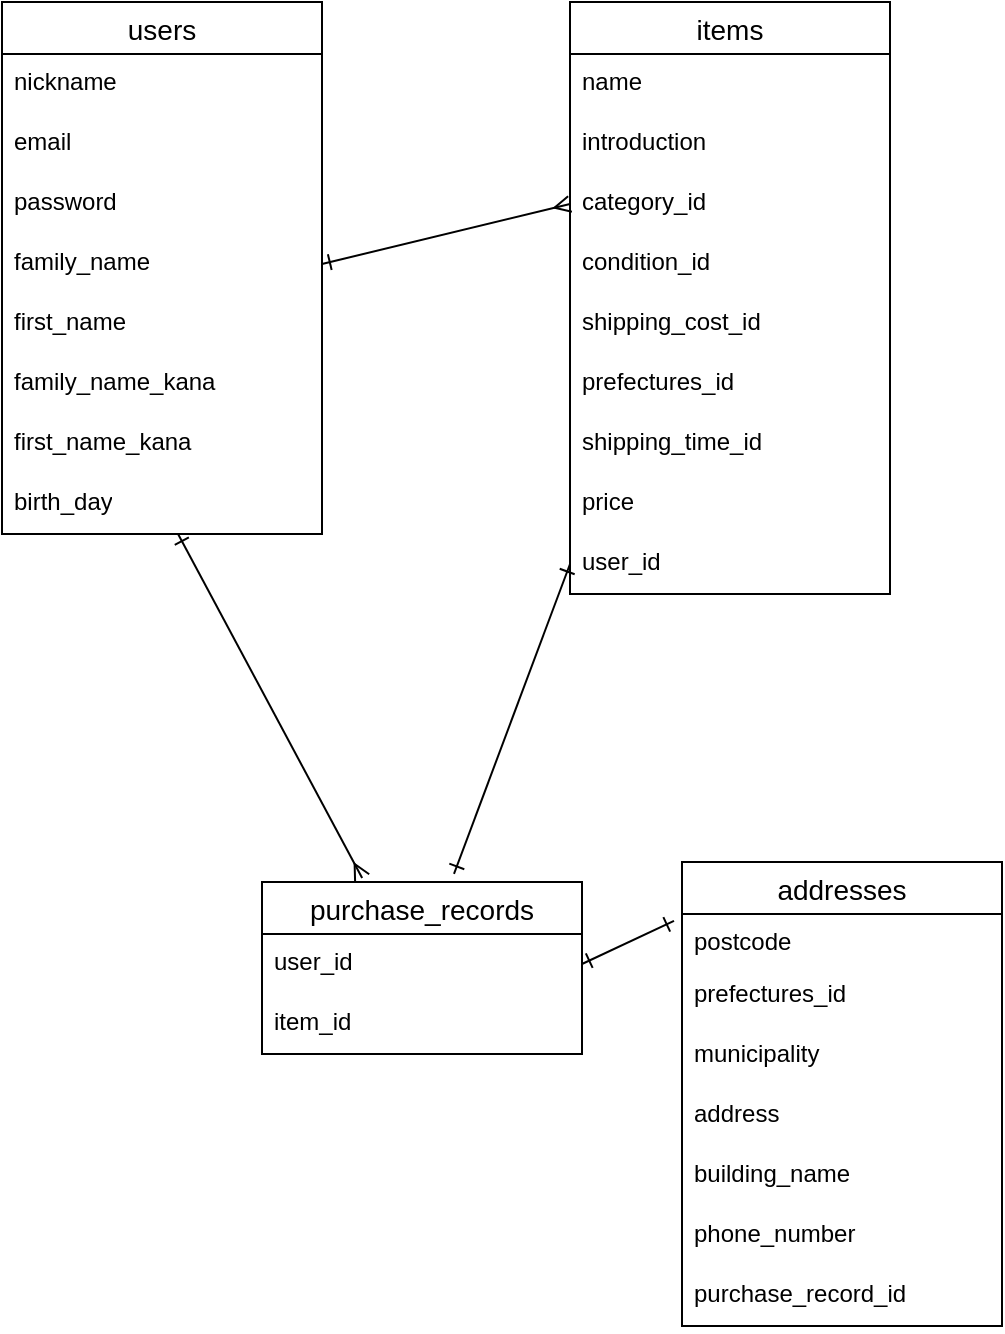
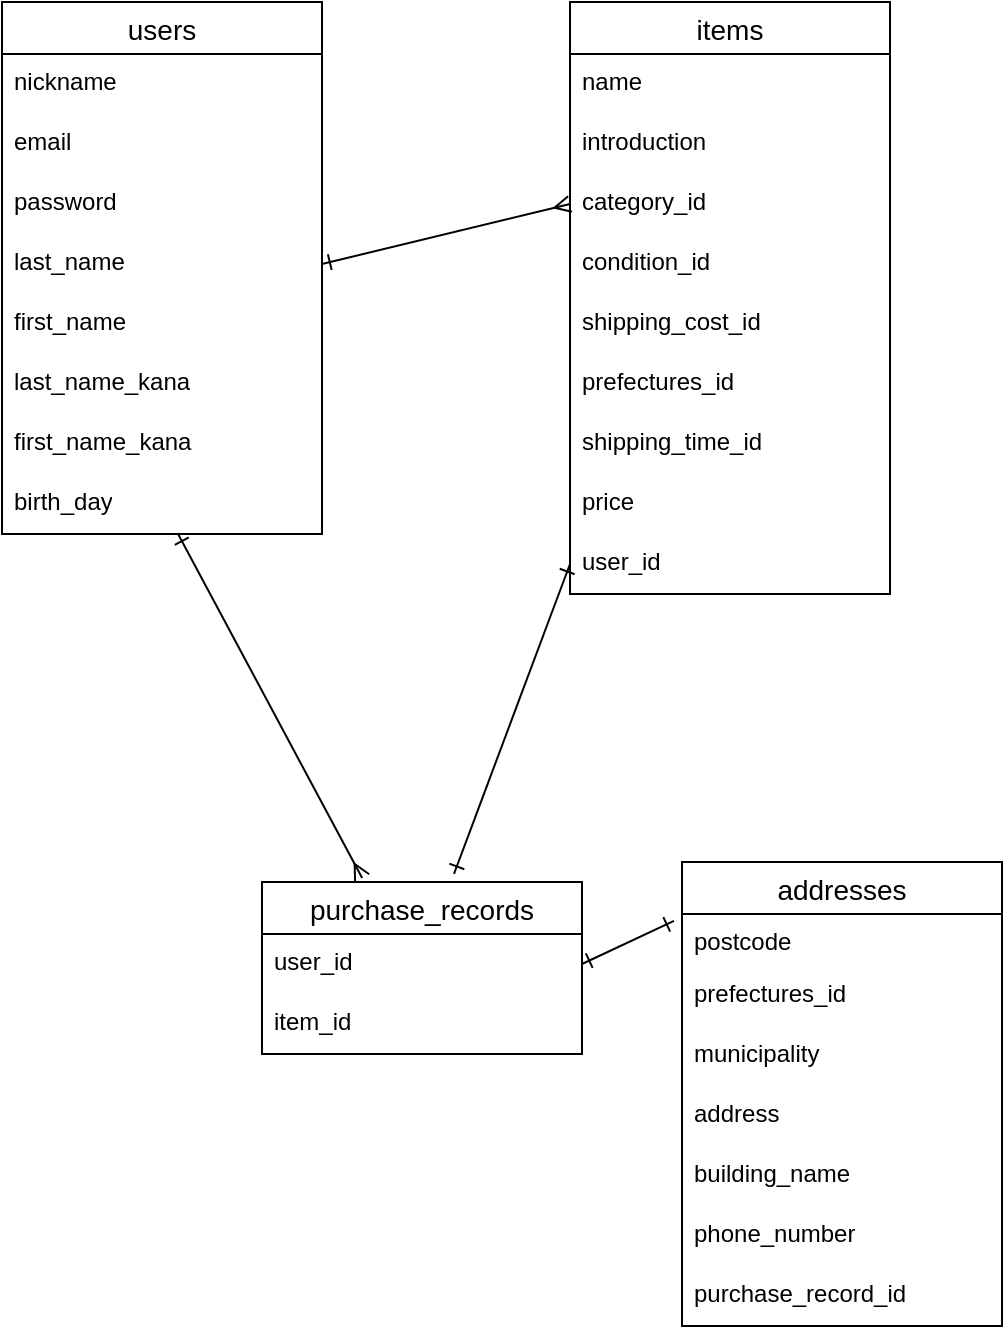
<mxfile host="65bd71144e">
    <diagram id="sRSdjxHEQxwauVT1pr1j" name="ページ1">
-         <mxGraphModel dx="977" dy="779" grid="1" gridSize="10" guides="1" tooltips="1" connect="1" arrows="1" fold="1" page="1" pageScale="1" pageWidth="827" pageHeight="1169" math="0" shadow="0">
+         <mxGraphModel dx="1044" dy="779" grid="1" gridSize="10" guides="1" tooltips="1" connect="1" arrows="1" fold="1" page="1" pageScale="1" pageWidth="827" pageHeight="1169" math="0" shadow="0">
            <root>
                <mxCell id="0"/>
                <mxCell id="1" parent="0"/>
                <mxCell id="2" value="users" style="swimlane;fontStyle=0;childLayout=stackLayout;horizontal=1;startSize=26;horizontalStack=0;resizeParent=1;resizeParentMax=0;resizeLast=0;collapsible=1;marginBottom=0;align=center;fontSize=14;" parent="1" vertex="1">
                    <mxGeometry x="50" y="20" width="160" height="266" as="geometry"/>
                </mxCell>
                <mxCell id="3" value="nickname" style="text;strokeColor=none;fillColor=none;spacingLeft=4;spacingRight=4;overflow=hidden;rotatable=0;points=[[0,0.5],[1,0.5]];portConstraint=eastwest;fontSize=12;whiteSpace=wrap;html=1;" parent="2" vertex="1">
                    <mxGeometry y="26" width="160" height="30" as="geometry"/>
                </mxCell>
                <mxCell id="4" value="email" style="text;strokeColor=none;fillColor=none;spacingLeft=4;spacingRight=4;overflow=hidden;rotatable=0;points=[[0,0.5],[1,0.5]];portConstraint=eastwest;fontSize=12;whiteSpace=wrap;html=1;" parent="2" vertex="1">
                    <mxGeometry y="56" width="160" height="30" as="geometry"/>
                </mxCell>
                <mxCell id="5" value="password" style="text;strokeColor=none;fillColor=none;spacingLeft=4;spacingRight=4;overflow=hidden;rotatable=0;points=[[0,0.5],[1,0.5]];portConstraint=eastwest;fontSize=12;whiteSpace=wrap;html=1;" parent="2" vertex="1">
                    <mxGeometry y="86" width="160" height="30" as="geometry"/>
                </mxCell>
-                 <mxCell id="48" value="family_name" style="text;strokeColor=none;fillColor=none;spacingLeft=4;spacingRight=4;overflow=hidden;rotatable=0;points=[[0,0.5],[1,0.5]];portConstraint=eastwest;fontSize=12;whiteSpace=wrap;html=1;" parent="2" vertex="1">
+                 <mxCell id="48" value="last_name" style="text;strokeColor=none;fillColor=none;spacingLeft=4;spacingRight=4;overflow=hidden;rotatable=0;points=[[0,0.5],[1,0.5]];portConstraint=eastwest;fontSize=12;whiteSpace=wrap;html=1;" parent="2" vertex="1">
                    <mxGeometry y="116" width="160" height="30" as="geometry"/>
                </mxCell>
                <mxCell id="35" value="first_name" style="text;strokeColor=none;fillColor=none;spacingLeft=4;spacingRight=4;overflow=hidden;rotatable=0;points=[[0,0.5],[1,0.5]];portConstraint=eastwest;fontSize=12;whiteSpace=wrap;html=1;" parent="2" vertex="1">
                    <mxGeometry y="146" width="160" height="30" as="geometry"/>
                </mxCell>
-                 <mxCell id="31" value="family_name_kana" style="text;strokeColor=none;fillColor=none;spacingLeft=4;spacingRight=4;overflow=hidden;rotatable=0;points=[[0,0.5],[1,0.5]];portConstraint=eastwest;fontSize=12;whiteSpace=wrap;html=1;" parent="2" vertex="1">
+                 <mxCell id="31" value="last_name_kana" style="text;strokeColor=none;fillColor=none;spacingLeft=4;spacingRight=4;overflow=hidden;rotatable=0;points=[[0,0.5],[1,0.5]];portConstraint=eastwest;fontSize=12;whiteSpace=wrap;html=1;" parent="2" vertex="1">
                    <mxGeometry y="176" width="160" height="30" as="geometry"/>
                </mxCell>
                <mxCell id="49" value="first_name_kana" style="text;strokeColor=none;fillColor=none;spacingLeft=4;spacingRight=4;overflow=hidden;rotatable=0;points=[[0,0.5],[1,0.5]];portConstraint=eastwest;fontSize=12;whiteSpace=wrap;html=1;" parent="2" vertex="1">
                    <mxGeometry y="206" width="160" height="30" as="geometry"/>
                </mxCell>
                <mxCell id="36" value="birth_day" style="text;strokeColor=none;fillColor=none;spacingLeft=4;spacingRight=4;overflow=hidden;rotatable=0;points=[[0,0.5],[1,0.5]];portConstraint=eastwest;fontSize=12;whiteSpace=wrap;html=1;" parent="2" vertex="1">
                    <mxGeometry y="236" width="160" height="30" as="geometry"/>
                </mxCell>
                <mxCell id="18" value="addresses" style="swimlane;fontStyle=0;childLayout=stackLayout;horizontal=1;startSize=26;horizontalStack=0;resizeParent=1;resizeParentMax=0;resizeLast=0;collapsible=1;marginBottom=0;align=center;fontSize=14;" parent="1" vertex="1">
                    <mxGeometry x="390" y="450" width="160" height="232" as="geometry"/>
                </mxCell>
                <mxCell id="19" value="postcode" style="text;strokeColor=none;fillColor=none;spacingLeft=4;spacingRight=4;overflow=hidden;rotatable=0;points=[[0,0.5],[1,0.5]];portConstraint=eastwest;fontSize=12;whiteSpace=wrap;html=1;" parent="18" vertex="1">
                    <mxGeometry y="26" width="160" height="26" as="geometry"/>
                </mxCell>
                <mxCell id="43" value="prefectures_id" style="text;strokeColor=none;fillColor=none;spacingLeft=4;spacingRight=4;overflow=hidden;rotatable=0;points=[[0,0.5],[1,0.5]];portConstraint=eastwest;fontSize=12;whiteSpace=wrap;html=1;" parent="18" vertex="1">
                    <mxGeometry y="52" width="160" height="30" as="geometry"/>
                </mxCell>
                <mxCell id="44" value="municipality" style="text;strokeColor=none;fillColor=none;spacingLeft=4;spacingRight=4;overflow=hidden;rotatable=0;points=[[0,0.5],[1,0.5]];portConstraint=eastwest;fontSize=12;whiteSpace=wrap;html=1;" parent="18" vertex="1">
                    <mxGeometry y="82" width="160" height="30" as="geometry"/>
                </mxCell>
                <mxCell id="45" value="address" style="text;strokeColor=none;fillColor=none;spacingLeft=4;spacingRight=4;overflow=hidden;rotatable=0;points=[[0,0.5],[1,0.5]];portConstraint=eastwest;fontSize=12;whiteSpace=wrap;html=1;" parent="18" vertex="1">
                    <mxGeometry y="112" width="160" height="30" as="geometry"/>
                </mxCell>
                <mxCell id="46" value="building_name" style="text;strokeColor=none;fillColor=none;spacingLeft=4;spacingRight=4;overflow=hidden;rotatable=0;points=[[0,0.5],[1,0.5]];portConstraint=eastwest;fontSize=12;whiteSpace=wrap;html=1;" parent="18" vertex="1">
                    <mxGeometry y="142" width="160" height="30" as="geometry"/>
                </mxCell>
                <mxCell id="47" value="phone_number" style="text;strokeColor=none;fillColor=none;spacingLeft=4;spacingRight=4;overflow=hidden;rotatable=0;points=[[0,0.5],[1,0.5]];portConstraint=eastwest;fontSize=12;whiteSpace=wrap;html=1;" parent="18" vertex="1">
                    <mxGeometry y="172" width="160" height="30" as="geometry"/>
                </mxCell>
-                 <mxCell id="73" value="purchase_record_id" style="text;strokeColor=none;fillColor=none;spacingLeft=4;spacingRight=4;overflow=hidden;rotatable=0;points=[[0,0.5],[1,0.5]];portConstraint=eastwest;fontSize=12;whiteSpace=wrap;html=1;" vertex="1" parent="18">
+                 <mxCell id="73" value="purchase_record_id" style="text;strokeColor=none;fillColor=none;spacingLeft=4;spacingRight=4;overflow=hidden;rotatable=0;points=[[0,0.5],[1,0.5]];portConstraint=eastwest;fontSize=12;whiteSpace=wrap;html=1;" parent="18" vertex="1">
                    <mxGeometry y="202" width="160" height="30" as="geometry"/>
                </mxCell>
                <mxCell id="22" value="items" style="swimlane;fontStyle=0;childLayout=stackLayout;horizontal=1;startSize=26;horizontalStack=0;resizeParent=1;resizeParentMax=0;resizeLast=0;collapsible=1;marginBottom=0;align=center;fontSize=14;" parent="1" vertex="1">
                    <mxGeometry x="334" y="20" width="160" height="296" as="geometry"/>
                </mxCell>
                <mxCell id="24" value="name" style="text;strokeColor=none;fillColor=none;spacingLeft=4;spacingRight=4;overflow=hidden;rotatable=0;points=[[0,0.5],[1,0.5]];portConstraint=eastwest;fontSize=12;whiteSpace=wrap;html=1;" parent="22" vertex="1">
                    <mxGeometry y="26" width="160" height="30" as="geometry"/>
                </mxCell>
                <mxCell id="25" value="introduction" style="text;strokeColor=none;fillColor=none;spacingLeft=4;spacingRight=4;overflow=hidden;rotatable=0;points=[[0,0.5],[1,0.5]];portConstraint=eastwest;fontSize=12;whiteSpace=wrap;html=1;" parent="22" vertex="1">
                    <mxGeometry y="56" width="160" height="30" as="geometry"/>
                </mxCell>
-                 <mxCell id="54" value="category_id" style="text;strokeColor=none;fillColor=none;spacingLeft=4;spacingRight=4;overflow=hidden;rotatable=0;points=[[0,0.5],[1,0.5]];portConstraint=eastwest;fontSize=12;whiteSpace=wrap;html=1;" vertex="1" parent="22">
+                 <mxCell id="54" value="category_id" style="text;strokeColor=none;fillColor=none;spacingLeft=4;spacingRight=4;overflow=hidden;rotatable=0;points=[[0,0.5],[1,0.5]];portConstraint=eastwest;fontSize=12;whiteSpace=wrap;html=1;" parent="22" vertex="1">
                    <mxGeometry y="86" width="160" height="30" as="geometry"/>
                </mxCell>
                <mxCell id="50" value="condition_id" style="text;strokeColor=none;fillColor=none;spacingLeft=4;spacingRight=4;overflow=hidden;rotatable=0;points=[[0,0.5],[1,0.5]];portConstraint=eastwest;fontSize=12;whiteSpace=wrap;html=1;" parent="22" vertex="1">
                    <mxGeometry y="116" width="160" height="30" as="geometry"/>
                </mxCell>
                <mxCell id="51" value="shipping_cost_id" style="text;strokeColor=none;fillColor=none;spacingLeft=4;spacingRight=4;overflow=hidden;rotatable=0;points=[[0,0.5],[1,0.5]];portConstraint=eastwest;fontSize=12;whiteSpace=wrap;html=1;" parent="22" vertex="1">
                    <mxGeometry y="146" width="160" height="30" as="geometry"/>
                </mxCell>
                <mxCell id="39" value="prefectures_id" style="text;strokeColor=none;fillColor=none;spacingLeft=4;spacingRight=4;overflow=hidden;rotatable=0;points=[[0,0.5],[1,0.5]];portConstraint=eastwest;fontSize=12;whiteSpace=wrap;html=1;" parent="22" vertex="1">
                    <mxGeometry y="176" width="160" height="30" as="geometry"/>
                </mxCell>
                <mxCell id="52" value="shipping_time_id" style="text;strokeColor=none;fillColor=none;spacingLeft=4;spacingRight=4;overflow=hidden;rotatable=0;points=[[0,0.5],[1,0.5]];portConstraint=eastwest;fontSize=12;whiteSpace=wrap;html=1;" parent="22" vertex="1">
                    <mxGeometry y="206" width="160" height="30" as="geometry"/>
                </mxCell>
                <mxCell id="40" value="price" style="text;strokeColor=none;fillColor=none;spacingLeft=4;spacingRight=4;overflow=hidden;rotatable=0;points=[[0,0.5],[1,0.5]];portConstraint=eastwest;fontSize=12;whiteSpace=wrap;html=1;" parent="22" vertex="1">
                    <mxGeometry y="236" width="160" height="30" as="geometry"/>
                </mxCell>
                <mxCell id="41" value="user_id" style="text;strokeColor=none;fillColor=none;spacingLeft=4;spacingRight=4;overflow=hidden;rotatable=0;points=[[0,0.5],[1,0.5]];portConstraint=eastwest;fontSize=12;whiteSpace=wrap;html=1;" parent="22" vertex="1">
                    <mxGeometry y="266" width="160" height="30" as="geometry"/>
                </mxCell>
                <mxCell id="26" value="purchase_records" style="swimlane;fontStyle=0;childLayout=stackLayout;horizontal=1;startSize=26;horizontalStack=0;resizeParent=1;resizeParentMax=0;resizeLast=0;collapsible=1;marginBottom=0;align=center;fontSize=14;" parent="1" vertex="1">
                    <mxGeometry x="180" y="460" width="160" height="86" as="geometry"/>
                </mxCell>
                <mxCell id="27" value="user_id" style="text;strokeColor=none;fillColor=none;spacingLeft=4;spacingRight=4;overflow=hidden;rotatable=0;points=[[0,0.5],[1,0.5]];portConstraint=eastwest;fontSize=12;whiteSpace=wrap;html=1;" parent="26" vertex="1">
                    <mxGeometry y="26" width="160" height="30" as="geometry"/>
                </mxCell>
                <mxCell id="28" value="item_id" style="text;strokeColor=none;fillColor=none;spacingLeft=4;spacingRight=4;overflow=hidden;rotatable=0;points=[[0,0.5],[1,0.5]];portConstraint=eastwest;fontSize=12;whiteSpace=wrap;html=1;" parent="26" vertex="1">
                    <mxGeometry y="56" width="160" height="30" as="geometry"/>
                </mxCell>
-                 <mxCell id="59" style="edgeStyle=none;html=1;exitX=1;exitY=0.5;exitDx=0;exitDy=0;entryX=0;entryY=0.5;entryDx=0;entryDy=0;endArrow=ERmany;endFill=0;startArrow=ERone;startFill=0;" edge="1" parent="1" source="48" target="54">
+                 <mxCell id="59" style="edgeStyle=none;html=1;exitX=1;exitY=0.5;exitDx=0;exitDy=0;entryX=0;entryY=0.5;entryDx=0;entryDy=0;endArrow=ERmany;endFill=0;startArrow=ERone;startFill=0;" parent="1" source="48" target="54" edge="1">
                    <mxGeometry relative="1" as="geometry"/>
                </mxCell>
-                 <mxCell id="64" style="edgeStyle=none;html=1;exitX=1;exitY=0.5;exitDx=0;exitDy=0;entryX=-0.025;entryY=0.133;entryDx=0;entryDy=0;entryPerimeter=0;endArrow=ERone;endFill=0;startArrow=ERone;startFill=0;" edge="1" parent="1" source="27" target="19">
+                 <mxCell id="64" style="edgeStyle=none;html=1;exitX=1;exitY=0.5;exitDx=0;exitDy=0;entryX=-0.025;entryY=0.133;entryDx=0;entryDy=0;entryPerimeter=0;endArrow=ERone;endFill=0;startArrow=ERone;startFill=0;" parent="1" source="27" target="19" edge="1">
                    <mxGeometry relative="1" as="geometry"/>
                </mxCell>
-                 <mxCell id="71" style="edgeStyle=none;html=1;entryX=0.313;entryY=-0.023;entryDx=0;entryDy=0;entryPerimeter=0;endArrow=ERmany;endFill=0;startArrow=ERone;startFill=0;" edge="1" parent="1" source="36" target="26">
+                 <mxCell id="71" style="edgeStyle=none;html=1;entryX=0.313;entryY=-0.023;entryDx=0;entryDy=0;entryPerimeter=0;endArrow=ERmany;endFill=0;startArrow=ERone;startFill=0;" parent="1" source="36" target="26" edge="1">
                    <mxGeometry relative="1" as="geometry"/>
                </mxCell>
-                 <mxCell id="72" style="edgeStyle=none;html=1;exitX=0;exitY=0.5;exitDx=0;exitDy=0;entryX=0.6;entryY=-0.047;entryDx=0;entryDy=0;entryPerimeter=0;endArrow=ERone;endFill=0;startArrow=ERone;startFill=0;" edge="1" parent="1" source="41" target="26">
+                 <mxCell id="72" style="edgeStyle=none;html=1;exitX=0;exitY=0.5;exitDx=0;exitDy=0;entryX=0.6;entryY=-0.047;entryDx=0;entryDy=0;entryPerimeter=0;endArrow=ERone;endFill=0;startArrow=ERone;startFill=0;" parent="1" source="41" target="26" edge="1">
                    <mxGeometry relative="1" as="geometry"/>
                </mxCell>
            </root>
        </mxGraphModel>
    </diagram>
</mxfile>